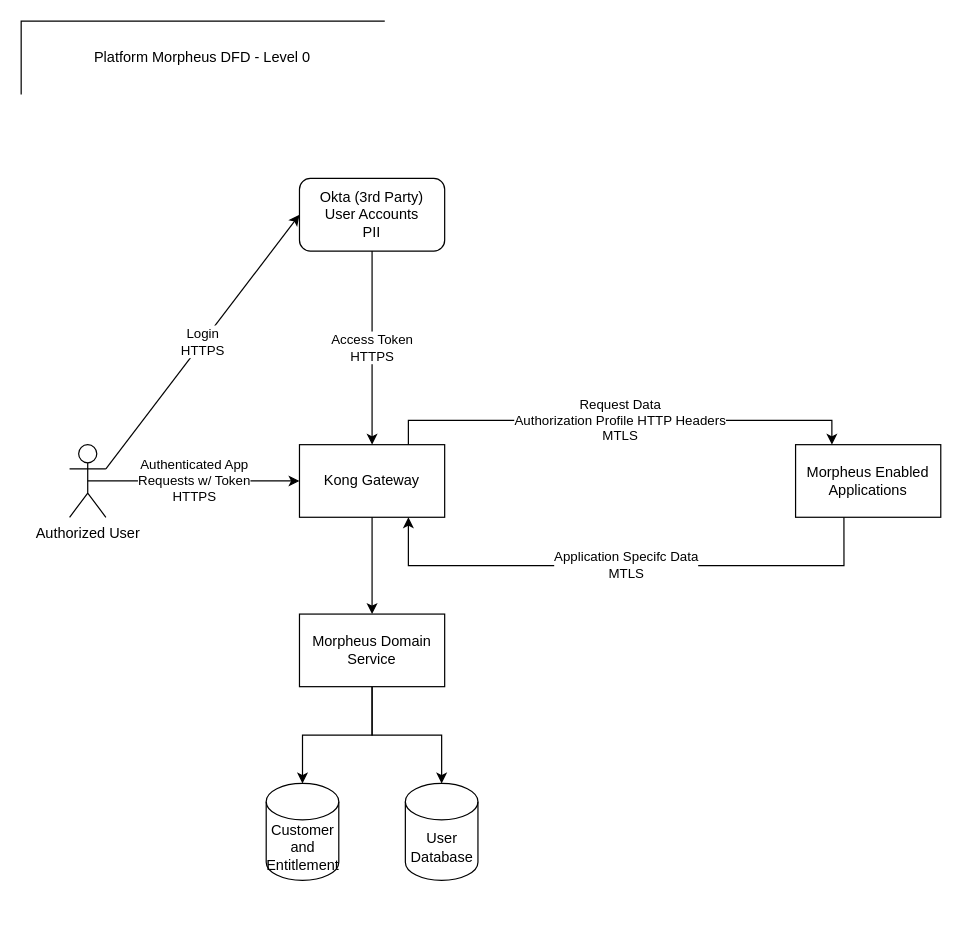
kharshawFL/PlatformDiagrams keeps this draw.io diagram as Platform Morpheus DFD.drawio. Above is the earlier version. Source tidied: cells renumbered, new cells numbered last; positions are measured from the earlier drawing's top-left corner, leaving out a move shared by most shapes. Both pictures are drawn from the tidied source at 121%, with x=0, y=0 at pixel (21, 21).
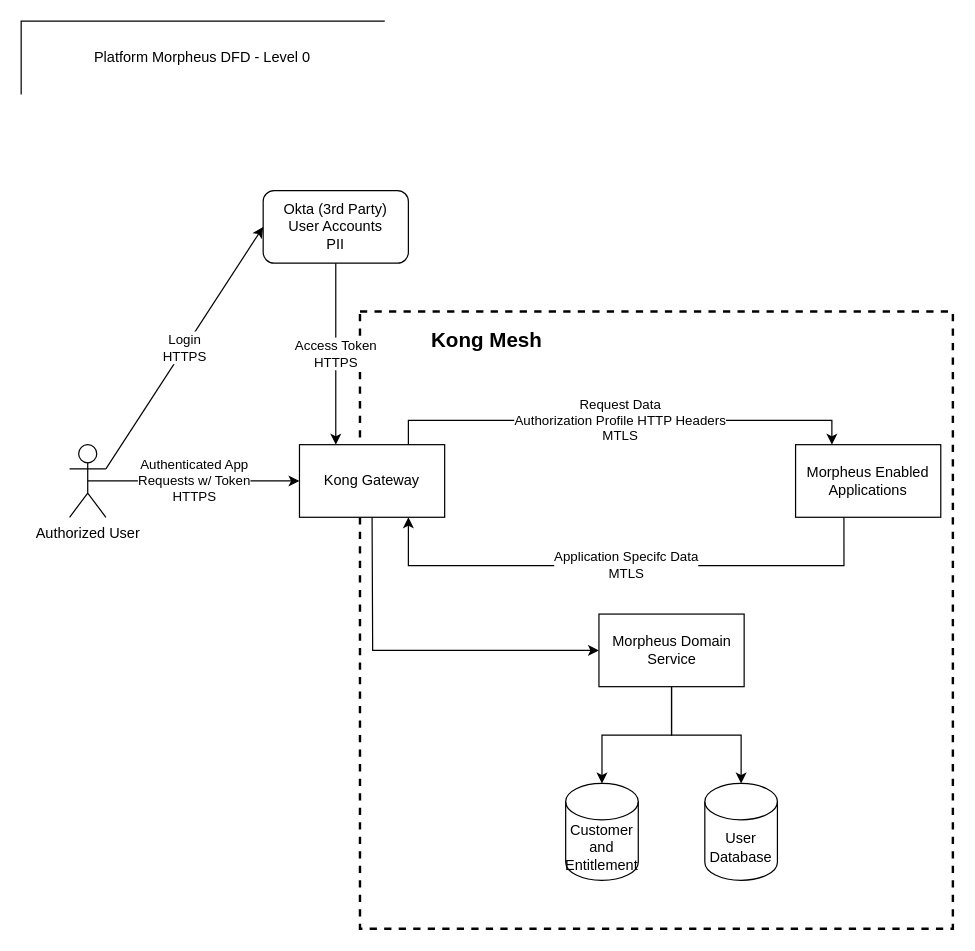
The same page after the edit.

The change refers to these unchanged cells:
```xml
<mxCell id="7" value="Kong Gateway" style="rounded=0;whiteSpace=wrap;html=1;" parent="1" vertex="1">
  <mxGeometry x="230" y="350" width="120" height="60" as="geometry" />
</mxCell>
```

Change to the diagram source:
```diff
@@
+    <mxCell id="18" style="rounded=0;whiteSpace=wrap;html=1;align=left;dashed=1;strokeWidth=2;" parent="1" vertex="1">
+      <mxGeometry x="280" y="240" width="490" height="510" as="geometry" />
+    </mxCell>
@@
     <mxCell id="4" value="Okta (3rd Party)&lt;br&gt;User Accounts&lt;br&gt;PII" style="rounded=1;whiteSpace=wrap;html=1;" parent="1" vertex="1">
-      <mxGeometry x="230" y="130" width="120" height="60" as="geometry" />
+      <mxGeometry x="200" y="140" width="120" height="60" as="geometry" />
     </mxCell>
@@
-    <mxCell id="8" value="Access Token&lt;br&gt;HTTPS" style="endArrow=none;html=1;rounded=0;entryX=0.5;entryY=1;entryDx=0;entryDy=0;exitX=0.5;exitY=0;exitDx=0;exitDy=0;startArrow=classic;startFill=1;endFill=0;" parent="1" edge="1" source="7" target="4">
+    <mxCell id="8" value="Access Token&lt;br&gt;HTTPS" style="endArrow=none;html=1;rounded=0;entryX=0.5;entryY=1;entryDx=0;entryDy=0;exitX=0.25;exitY=0;exitDx=0;exitDy=0;startArrow=classic;startFill=1;endFill=0;" parent="1" edge="1" source="7" target="4">
       <mxGeometry relative="1" as="geometry" />
     </mxCell>
@@
     <mxCell id="12" value="User Database" style="shape=cylinder3;whiteSpace=wrap;html=1;boundedLbl=1;backgroundOutline=1;size=15;" parent="1" vertex="1">
-      <mxGeometry x="317.5" y="630" width="60" height="80" as="geometry" />
+      <mxGeometry x="565" y="630" width="60" height="80" as="geometry" />
     </mxCell>
@@
     <mxCell id="14" value="Customer and Entitlement" style="shape=cylinder3;whiteSpace=wrap;html=1;boundedLbl=1;backgroundOutline=1;size=15;" parent="1" vertex="1">
-      <mxGeometry x="202.5" y="630" width="60" height="80" as="geometry" />
+      <mxGeometry x="450" y="630" width="60" height="80" as="geometry" />
     </mxCell>
-    <mxCell id="15" style="edgeStyle=orthogonalEdgeStyle;rounded=0;jettySize=auto;html=1;startArrow=classic;startFill=1;endArrow=none;endFill=0;" parent="1" edge="1" source="16" target="7">
-      <mxGeometry relative="1" as="geometry" />
+    <mxCell id="15" style="edgeStyle=orthogonalEdgeStyle;rounded=0;jettySize=auto;html=1;startArrow=classic;startFill=1;endArrow=none;endFill=0;" parent="1" edge="1" source="16">
+      <mxGeometry relative="1" as="geometry">
+        <mxPoint x="290" y="410" as="targetPoint" />
+      </mxGeometry>
     </mxCell>
     <mxCell id="16" value="Morpheus Domain Service" style="rounded=0;whiteSpace=wrap;html=1;" parent="1" vertex="1">
-      <mxGeometry x="230" y="490" width="120" height="60" as="geometry" />
+      <mxGeometry x="477.5" y="490" width="120" height="60" as="geometry" />
     </mxCell>
@@
+    <mxCell id="19" value="&lt;b&gt;&lt;font style=&quot;font-size: 17px;&quot;&gt;Kong Mesh&lt;/font&gt;&lt;/b&gt;" style="text;strokeColor=none;align=center;fillColor=none;html=1;verticalAlign=middle;whiteSpace=wrap;rounded=0;" parent="1" vertex="1">
+      <mxGeometry x="320" y="250" width="130" height="30" as="geometry" />
+    </mxCell>
```
